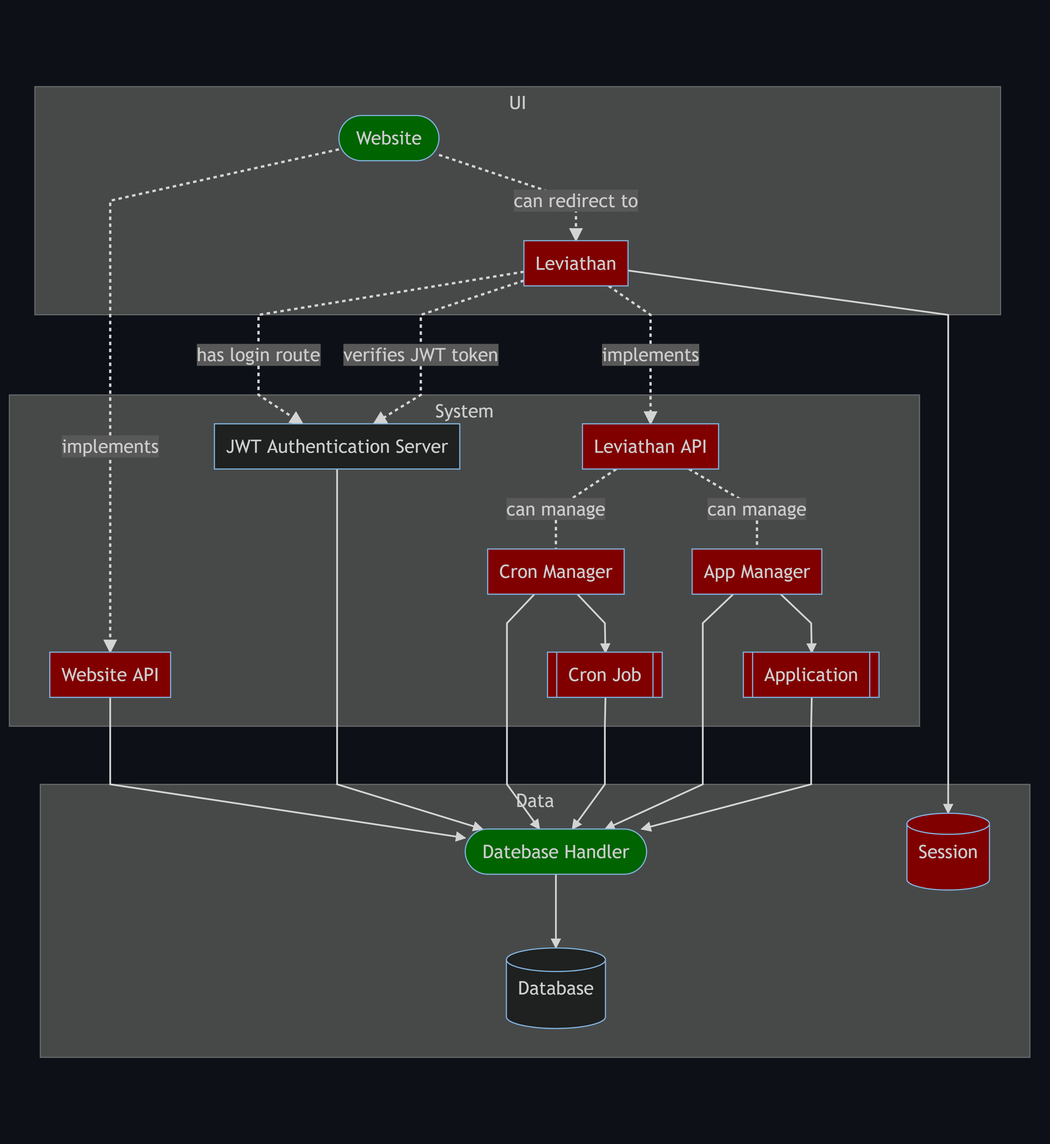
Above: diagrams/domain.png in olivernybo/leviathan (Mermaid), before the change. Its source is kept beside it as diagrams/domain.mmd.
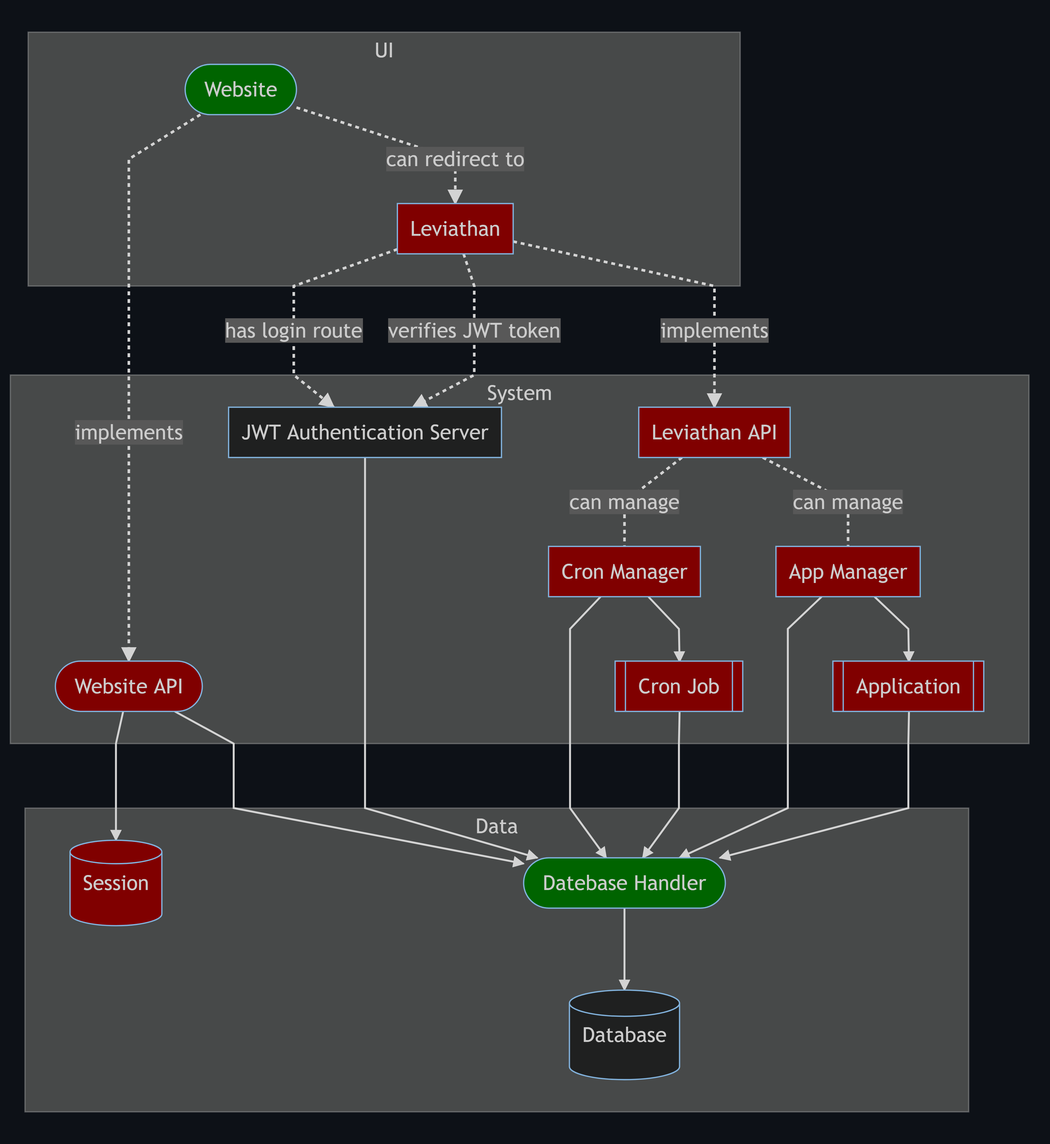
After the change.

Commit message:
web api uses session not leviathan api

The plan is to have the web api be the backend for the website. Since it'll be scalable I (probably) need the session storage to be shared over the containers.

Also, since I've moved the login route to leviathan, I don't need a shared session storage for it.

Change to the diagram source:
```diff
@@ -15,7 +15,7 @@
 
 	subgraph system [System]
 	jwt[JWT Authentication Server]
-	webapi[Website API]:::TODO
+	webapi([Website API]):::TODO
 	levapi[Leviathan API]:::TODO
 	cronmanager[Cron Manager]:::TODO
 	cronjob[[Cron Job]]:::TODO
@@ -25,11 +25,12 @@
 
 	web-.->|implements|webapi
 	web-.->|can redirect to|leviathan
+	webapi-->dbh
+	webapi-->session
 	leviathan-.->|has login route|jwt
 	leviathan-.->|verifies JWT token|jwt
 	leviathan-.->|implements|levapi
 	jwt-->dbh
-	webapi-->dbh
 	levapi-.-|can manage|cronmanager
 	levapi-.-|can manage|appmanager
 	cronmanager-->dbh
@@ -38,5 +39,4 @@
 	appmanager-->dbh
 	appmanager-->app
 	app-->dbh
-	leviathan-->session
 	dbh-->db
```
